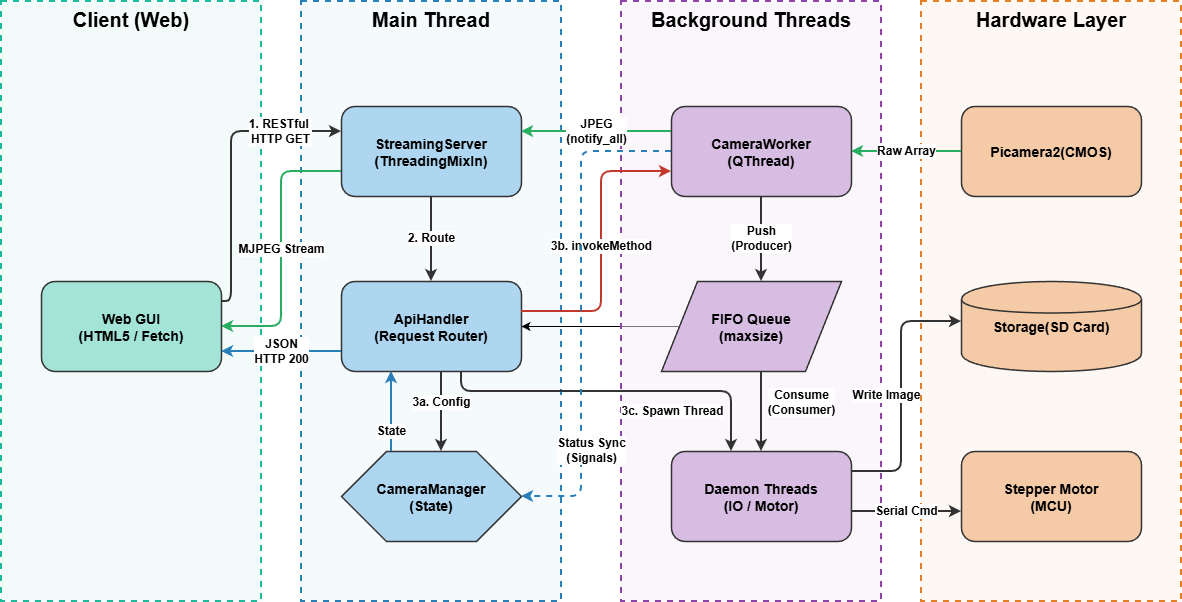
This is Thesis_Proposal/figures/ch3/microscope_software_architecture.drawio.png from bit-del/thesis, a draw.io export, as it was before one commit. Source tidied: cells renumbered, new cells last; positions are measured from the earlier drawing's top-left corner, leaving out a move shared by most shapes. The source it was exported from:
```xml
<mxGraphModel>
  <root>
    <mxCell id="0" />
    <mxCell id="1" parent="0" />
    <mxCell id="2" value="Client (Web)" style="fillColor=#e8f8f5;strokeColor=#1abc9c;dashed=1;verticalAlign=top;fontStyle=1;fontSize=20;fillOpacity=50;strokeWidth=2;" parent="1" vertex="1">
      <mxGeometry width="260" height="600" as="geometry" />
    </mxCell>
    <mxCell id="3" value="Main Thread" style="fillColor=#ebf5fb;strokeColor=#2980b9;dashed=1;verticalAlign=top;fontStyle=1;fontSize=20;fillOpacity=50;strokeWidth=2;" parent="1" vertex="1">
      <mxGeometry x="300" width="260" height="600" as="geometry" />
    </mxCell>
    <mxCell id="4" style="edgeStyle=orthogonalEdgeStyle;rounded=0;jettySize=auto;html=1;" parent="1" edge="1" source="12" target="9">
      <mxGeometry relative="1" as="geometry">
        <Array as="points">
          <mxPoint x="600" y="325" />
          <mxPoint x="600" y="325" />
        </Array>
      </mxGeometry>
    </mxCell>
    <mxCell id="5" value="Background Threads" style="fillColor=#f5eef8;strokeColor=#8e44ad;dashed=1;verticalAlign=top;fontStyle=1;fontSize=20;fillOpacity=50;strokeWidth=2;" parent="1" vertex="1">
      <mxGeometry x="620" width="260" height="600" as="geometry" />
    </mxCell>
    <mxCell id="6" value="Hardware Layer" style="fillColor=#fdf2e9;strokeColor=#e67e22;dashed=1;verticalAlign=top;fontStyle=1;fontSize=20;fillOpacity=50;strokeWidth=2;" parent="1" vertex="1">
      <mxGeometry x="920" width="260" height="600" as="geometry" />
    </mxCell>
    <mxCell id="7" value="Web GUI&#10;(HTML5 / Fetch)" style="fillColor=#a3e4d7;strokeColor=#333333;strokeWidth=1.5;fontStyle=1;fontSize=14;align=center;verticalAlign=middle;rounded=1;" parent="1" vertex="1">
      <mxGeometry x="40" y="280" width="180" height="90" as="geometry" />
    </mxCell>
    <mxCell id="8" value="StreamingServer&#10;(ThreadingMixIn)" style="fillColor=#aed6f1;strokeColor=#333333;strokeWidth=1.5;fontStyle=1;fontSize=14;align=center;verticalAlign=middle;rounded=1;" parent="1" vertex="1">
      <mxGeometry x="340" y="105" width="180" height="90" as="geometry" />
    </mxCell>
    <mxCell id="9" value="ApiHandler&#10;(Request Router)" style="fillColor=#aed6f1;strokeColor=#333333;strokeWidth=1.5;fontStyle=1;fontSize=14;align=center;verticalAlign=middle;rounded=1;" parent="1" vertex="1">
      <mxGeometry x="340" y="280" width="180" height="90" as="geometry" />
    </mxCell>
    <mxCell id="10" value="CameraManager&#10;(State)" style="fillColor=#aed6f1;strokeColor=#333333;strokeWidth=1.5;fontStyle=1;fontSize=14;align=center;verticalAlign=middle;shape=hexagon;" parent="1" vertex="1">
      <mxGeometry x="340" y="450" width="180" height="90" as="geometry" />
    </mxCell>
    <mxCell id="11" value="CameraWorker&#10;(QThread)" style="fillColor=#d7bde2;strokeColor=#333333;strokeWidth=1.5;fontStyle=1;fontSize=14;align=center;verticalAlign=middle;rounded=1;" parent="1" vertex="1">
      <mxGeometry x="670" y="105" width="180" height="90" as="geometry" />
    </mxCell>
    <mxCell id="12" value="FIFO Queue&#10;(maxsize)" style="fillColor=#d7bde2;strokeColor=#333333;strokeWidth=1.5;fontStyle=1;fontSize=14;align=center;verticalAlign=middle;shape=parallelogram;perimeter=parallelogramPerimeter;" parent="1" vertex="1">
      <mxGeometry x="660" y="280" width="180" height="90" as="geometry" />
    </mxCell>
    <mxCell id="13" value="Daemon Threads&#10;(IO / Motor)" style="fillColor=#d7bde2;strokeColor=#333333;strokeWidth=1.5;fontStyle=1;fontSize=14;align=center;verticalAlign=middle;rounded=1;" parent="1" vertex="1">
      <mxGeometry x="670" y="450" width="180" height="90" as="geometry" />
    </mxCell>
    <mxCell id="14" value="Picamera2(CMOS)" style="fillColor=#f5cba7;strokeColor=#333333;strokeWidth=1.5;fontStyle=1;fontSize=14;align=center;verticalAlign=middle;rounded=1;" parent="1" vertex="1">
      <mxGeometry x="960" y="105" width="180" height="90" as="geometry" />
    </mxCell>
    <mxCell id="15" value="Storage(SD Card)" style="fillColor=#f5cba7;strokeColor=#333333;strokeWidth=1.5;fontStyle=1;fontSize=14;align=center;verticalAlign=middle;shape=cylinder;" parent="1" vertex="1">
      <mxGeometry x="960" y="280" width="180" height="90" as="geometry" />
    </mxCell>
    <mxCell id="16" value="Stepper Motor&#10;(MCU)" style="fillColor=#f5cba7;strokeColor=#333333;strokeWidth=1.5;fontStyle=1;fontSize=14;align=center;verticalAlign=middle;rounded=1;" parent="1" vertex="1">
      <mxGeometry x="960" y="450" width="180" height="90" as="geometry" />
    </mxCell>
    <mxCell id="17" value="&lt;font style=&quot;font-size: 12px;&quot;&gt;1. RESTful&amp;nbsp;&lt;/font&gt;&lt;div&gt;&lt;font style=&quot;font-size: 12px;&quot;&gt;HTTP GET&lt;/font&gt;&lt;/div&gt;" style="edgeStyle=orthogonalEdgeStyle;strokeColor=#333333;html=1;fontSize=9;fontStyle=1;strokeWidth=2;" parent="1" edge="1" source="7" target="8">
      <mxGeometry x="0.59" relative="1" as="geometry">
        <Array as="points">
          <mxPoint x="230" y="300" />
          <mxPoint x="230" y="130" />
        </Array>
      </mxGeometry>
    </mxCell>
    <mxCell id="18" value="&lt;font style=&quot;font-size: 12px;&quot;&gt;2. Route&lt;/font&gt;" style="edgeStyle=orthogonalEdgeStyle;strokeColor=#333333;html=1;fontSize=9;fontStyle=1;strokeWidth=2;" parent="1" edge="1" source="8" target="9">
      <mxGeometry relative="1" as="geometry" />
    </mxCell>
    <mxCell id="19" value="&lt;font style=&quot;font-size: 12px;&quot;&gt;3a. Config&lt;/font&gt;" style="edgeStyle=orthogonalEdgeStyle;strokeColor=#333333;html=1;fontSize=9;fontStyle=1;strokeWidth=2;" parent="1" edge="1" source="9" target="10">
      <mxGeometry x="-0.25" relative="1" as="geometry">
        <Array as="points">
          <mxPoint x="440" y="400" />
          <mxPoint x="440" y="400" />
        </Array>
      </mxGeometry>
    </mxCell>
    <mxCell id="20" value="&lt;font style=&quot;font-size: 12px;&quot;&gt;3b. invokeMethod&lt;/font&gt;" style="edgeStyle=orthogonalEdgeStyle;strokeColor=#c0392b;html=1;fontSize=9;fontStyle=1;strokeWidth=2;" parent="1" edge="1" source="9" target="11">
      <mxGeometry relative="1" as="geometry">
        <Array as="points">
          <mxPoint x="600" y="310" />
          <mxPoint x="600" y="170" />
        </Array>
      </mxGeometry>
    </mxCell>
    <mxCell id="21" value="&lt;font style=&quot;font-size: 12px;&quot;&gt;3c. Spawn Thread&lt;/font&gt;" style="edgeStyle=orthogonalEdgeStyle;strokeColor=#333333;html=1;fontSize=9;fontStyle=1;strokeWidth=2;" parent="1" edge="1" source="9" target="13">
      <mxGeometry x="0.31" y="-20" relative="1" as="geometry">
        <Array as="points">
          <mxPoint x="460" y="390" />
          <mxPoint x="730" y="390" />
        </Array>
      </mxGeometry>
    </mxCell>
    <mxCell id="22" value="&lt;font style=&quot;font-size: 12px;&quot;&gt;Push&lt;br&gt;(Producer)&lt;/font&gt;" style="edgeStyle=orthogonalEdgeStyle;strokeColor=#333333;html=1;fontSize=9;fontStyle=1;strokeWidth=2;" parent="1" edge="1" source="11" target="12">
      <mxGeometry relative="1" as="geometry">
        <Array as="points">
          <mxPoint x="760" y="250" />
          <mxPoint x="760" y="250" />
        </Array>
      </mxGeometry>
    </mxCell>
    <mxCell id="23" value="&lt;font style=&quot;font-size: 12px;&quot;&gt;Consume&lt;br&gt;(Consumer)&lt;/font&gt;" style="edgeStyle=orthogonalEdgeStyle;strokeColor=#333333;html=1;fontSize=9;fontStyle=1;strokeWidth=2;" parent="1" edge="1" source="12" target="13">
      <mxGeometry x="-0.25" y="40" relative="1" as="geometry">
        <Array as="points">
          <mxPoint x="760" y="390" />
          <mxPoint x="760" y="390" />
        </Array>
      </mxGeometry>
    </mxCell>
    <mxCell id="24" value="&lt;font style=&quot;font-size: 12px;&quot;&gt;Write Image&lt;/font&gt;" style="edgeStyle=orthogonalEdgeStyle;strokeColor=#333333;html=1;fontSize=9;fontStyle=1;strokeWidth=2;" parent="1" edge="1" source="13" target="15">
      <mxGeometry x="-0.03" y="15" relative="1" as="geometry">
        <Array as="points">
          <mxPoint x="900" y="470" />
          <mxPoint x="900" y="320" />
        </Array>
      </mxGeometry>
    </mxCell>
    <mxCell id="25" value="&lt;font style=&quot;font-size: 12px;&quot;&gt;Serial Cmd&lt;/font&gt;" style="edgeStyle=orthogonalEdgeStyle;strokeColor=#333333;html=1;fontSize=9;fontStyle=1;strokeWidth=2;" parent="1" edge="1" source="13" target="16">
      <mxGeometry relative="1" as="geometry">
        <Array as="points">
          <mxPoint x="930" y="510" />
          <mxPoint x="930" y="510" />
        </Array>
      </mxGeometry>
    </mxCell>
    <mxCell id="26" value="&lt;font style=&quot;font-size: 12px;&quot;&gt;Raw Array&lt;/font&gt;" style="edgeStyle=orthogonalEdgeStyle;strokeColor=#27ae60;html=1;fontSize=9;fontStyle=1;strokeWidth=2;" parent="1" edge="1" source="14" target="11">
      <mxGeometry relative="1" as="geometry" />
    </mxCell>
    <mxCell id="27" value="&lt;font style=&quot;font-size: 12px;&quot;&gt;JPEG&lt;br&gt;(notify_all)&lt;/font&gt;" style="edgeStyle=orthogonalEdgeStyle;strokeColor=#27ae60;html=1;fontSize=9;fontStyle=1;strokeWidth=2;" parent="1" edge="1" source="11" target="8">
      <mxGeometry relative="1" as="geometry">
        <Array as="points">
          <mxPoint x="530" y="130" />
          <mxPoint x="530" y="130" />
        </Array>
      </mxGeometry>
    </mxCell>
    <mxCell id="28" value="&lt;font style=&quot;font-size: 12px;&quot;&gt;MJPEG Stream&lt;/font&gt;" style="strokeColor=#27ae60;html=1;fontSize=9;fontStyle=1;strokeWidth=2;entryX=1;entryY=0.5;entryDx=0;entryDy=0;edgeStyle=orthogonalEdgeStyle;" parent="1" edge="1" target="7">
      <mxGeometry relative="1" as="geometry">
        <mxPoint x="340" y="170" as="sourcePoint" />
      </mxGeometry>
    </mxCell>
    <mxCell id="29" value="&lt;font style=&quot;font-size: 12px;&quot;&gt;Status Sync&lt;br&gt;(Signals)&lt;/font&gt;" style="edgeStyle=orthogonalEdgeStyle;strokeColor=#2980b9;dashed=1;html=1;fontSize=9;fontStyle=1;strokeWidth=2;" parent="1" edge="1" source="11" target="10">
      <mxGeometry x="0.58" y="10" relative="1" as="geometry">
        <Array as="points">
          <mxPoint x="580" y="150" />
          <mxPoint x="580" y="495" />
        </Array>
      </mxGeometry>
    </mxCell>
    <mxCell id="30" value="&lt;font style=&quot;font-size: 12px;&quot;&gt;State&lt;/font&gt;" style="edgeStyle=orthogonalEdgeStyle;strokeColor=#2980b9;html=1;fontSize=9;fontStyle=1;strokeWidth=2;" parent="1" edge="1" source="10" target="9">
      <mxGeometry x="-0.5" relative="1" as="geometry">
        <Array as="points">
          <mxPoint x="390" y="440" />
          <mxPoint x="390" y="440" />
        </Array>
      </mxGeometry>
    </mxCell>
    <mxCell id="31" value="&lt;font style=&quot;font-size: 12px;&quot;&gt;JSON&lt;br&gt;HTTP 200&lt;/font&gt;" style="edgeStyle=orthogonalEdgeStyle;strokeColor=#2980b9;html=1;fontSize=9;fontStyle=1;strokeWidth=2;" parent="1" edge="1">
      <mxGeometry relative="1" as="geometry">
        <mxPoint x="340" y="350" as="sourcePoint" />
        <mxPoint x="220" y="350" as="targetPoint" />
        <Array as="points">
          <mxPoint x="280" y="350" />
          <mxPoint x="280" y="350" />
        </Array>
      </mxGeometry>
    </mxCell>
  </root>
</mxGraphModel>
```
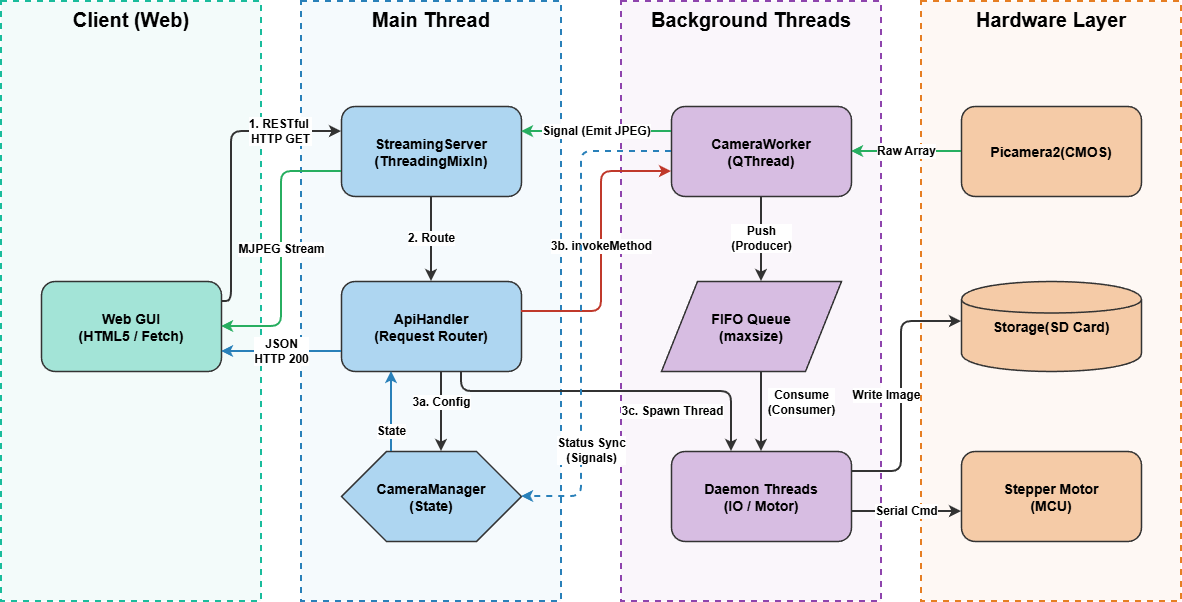
The same file after the commit.

Commit message:
Insert software architecture figure and update description in chapter 3

Change to the diagram source:
```diff
@@ -8,14 +8,6 @@
     <mxCell id="3" value="Main Thread" style="fillColor=#ebf5fb;strokeColor=#2980b9;dashed=1;verticalAlign=top;fontStyle=1;fontSize=20;fillOpacity=50;strokeWidth=2;" parent="1" vertex="1">
       <mxGeometry x="300" width="260" height="600" as="geometry" />
     </mxCell>
-    <mxCell id="4" style="edgeStyle=orthogonalEdgeStyle;rounded=0;jettySize=auto;html=1;" parent="1" edge="1" source="12" target="9">
-      <mxGeometry relative="1" as="geometry">
-        <Array as="points">
-          <mxPoint x="600" y="325" />
-          <mxPoint x="600" y="325" />
-        </Array>
-      </mxGeometry>
-    </mxCell>
     <mxCell id="5" value="Background Threads" style="fillColor=#f5eef8;strokeColor=#8e44ad;dashed=1;verticalAlign=top;fontStyle=1;fontSize=20;fillOpacity=50;strokeWidth=2;" parent="1" vertex="1">
       <mxGeometry x="620" width="260" height="600" as="geometry" />
     </mxCell>
@@ -122,7 +114,7 @@
     <mxCell id="26" value="&lt;font style=&quot;font-size: 12px;&quot;&gt;Raw Array&lt;/font&gt;" style="edgeStyle=orthogonalEdgeStyle;strokeColor=#27ae60;html=1;fontSize=9;fontStyle=1;strokeWidth=2;" parent="1" edge="1" source="14" target="11">
       <mxGeometry relative="1" as="geometry" />
     </mxCell>
-    <mxCell id="27" value="&lt;font style=&quot;font-size: 12px;&quot;&gt;JPEG&lt;br&gt;(notify_all)&lt;/font&gt;" style="edgeStyle=orthogonalEdgeStyle;strokeColor=#27ae60;html=1;fontSize=9;fontStyle=1;strokeWidth=2;" parent="1" edge="1" source="11" target="8">
+    <mxCell id="27" value="&lt;font style=&quot;font-size: 12px;&quot;&gt;Signal (Emit JPEG)&lt;/font&gt;" style="edgeStyle=orthogonalEdgeStyle;strokeColor=#27ae60;html=1;fontSize=9;fontStyle=1;strokeWidth=2;" parent="1" edge="1" source="11" target="8">
       <mxGeometry relative="1" as="geometry">
         <Array as="points">
           <mxPoint x="530" y="130" />
```
